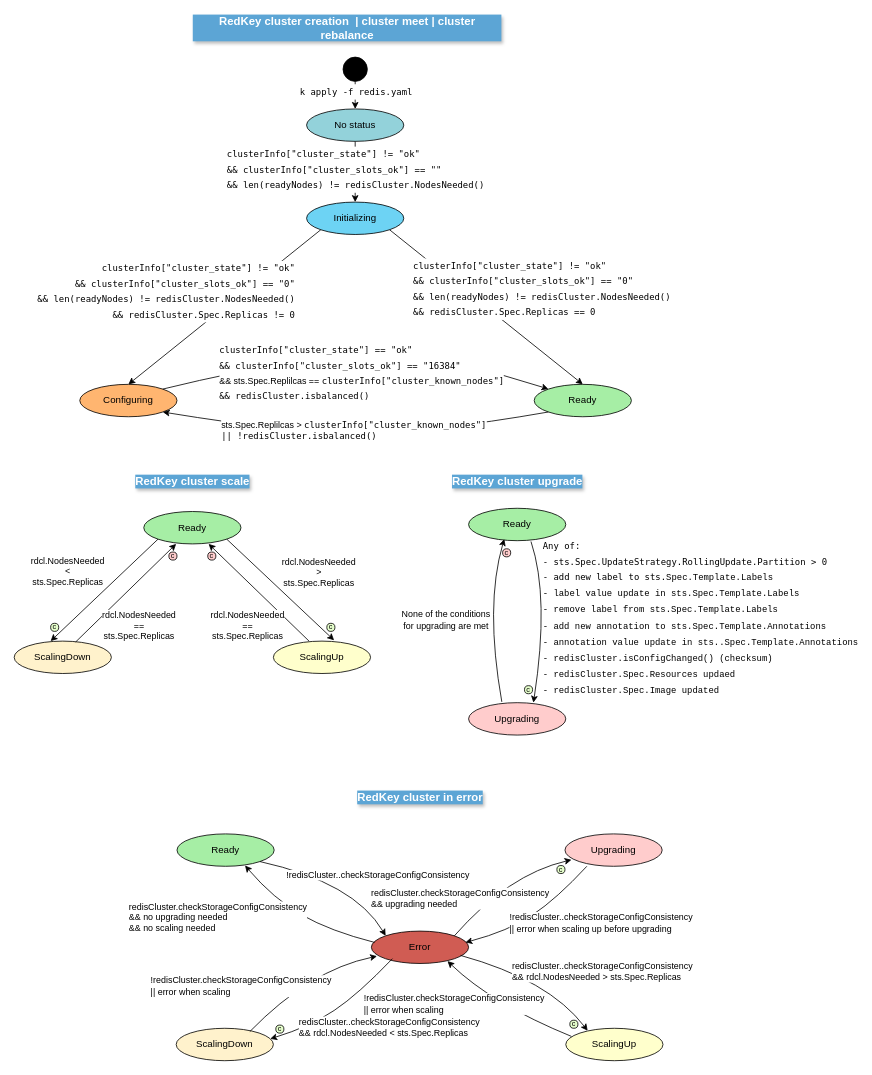
Earlier version of the draw.io diagram docs/files/redis-cluster-status-transitions.drawio (InditexTech/redkeyoperator). Source tidied: cells renumbered, new cells numbered last; positions are measured from the earlier drawing's top-left corner, leaving out a move shared by most shapes. Both pictures are drawn from the tidied source at 81%, with x=0, y=0 at pixel (14, 15).
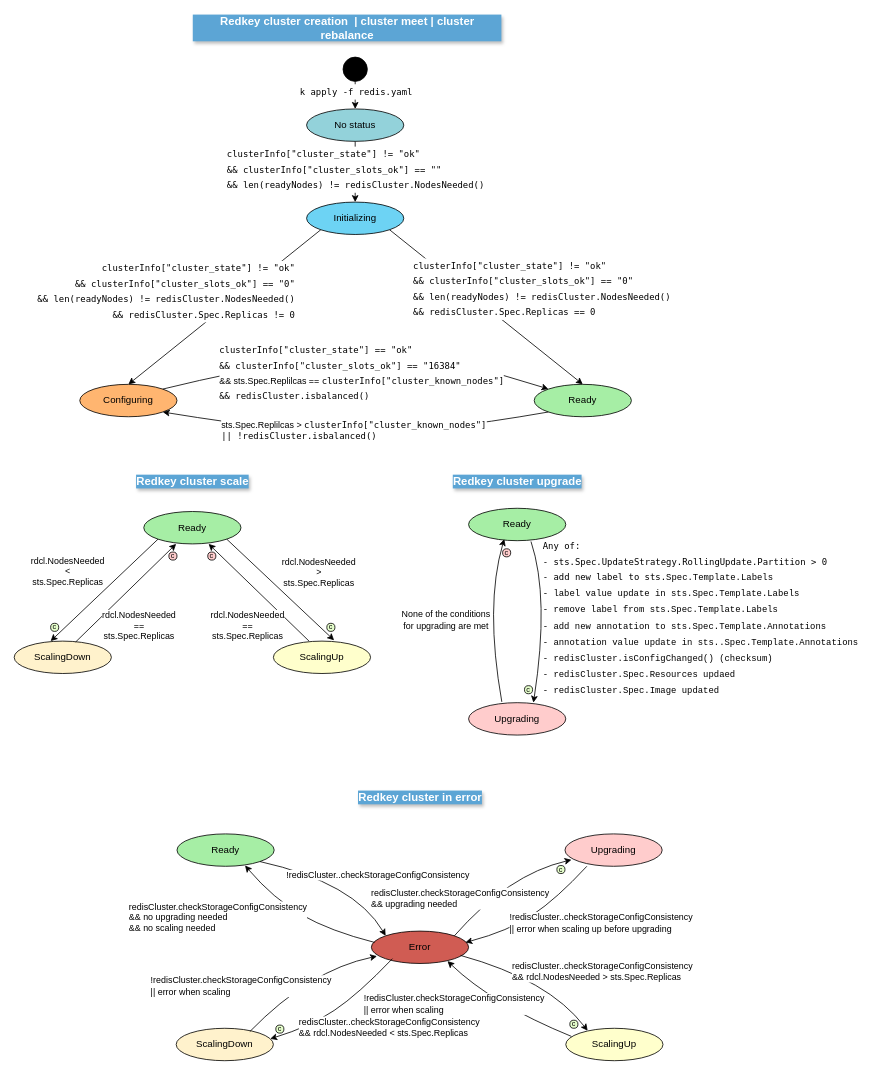
The same diagram, later.

What changed in the source:
```diff
@@
-    <mxCell id="67" value="RedKey cluster creation&amp;nbsp; | cluster meet | cluster rebalance" style="text;html=1;align=center;verticalAlign=middle;whiteSpace=wrap;rounded=0;fontStyle=1;labelBackgroundColor=#5CA5D5;fontColor=#FFFFFF;fontSize=14;spacingTop=0;spacing=2;textShadow=1;" parent="1" vertex="1">
+    <mxCell id="67" value="Redkey cluster creation&amp;nbsp; | cluster meet | cluster rebalance" style="text;html=1;align=center;verticalAlign=middle;whiteSpace=wrap;rounded=0;fontStyle=1;labelBackgroundColor=#5CA5D5;fontColor=#FFFFFF;fontSize=14;spacingTop=0;spacing=2;textShadow=1;" parent="1" vertex="1">
       <mxGeometry x="220" width="383" height="30" as="geometry" />
     </mxCell>
-    <mxCell id="68" value="RedKey cluster scale" style="text;html=1;align=center;verticalAlign=middle;whiteSpace=wrap;rounded=0;fontStyle=1;labelBackgroundColor=#5CA5D5;fontColor=#FFFFFF;fontSize=14;spacingTop=0;spacing=2;textShadow=1;" parent="1" vertex="1">
+    <mxCell id="68" value="Redkey cluster scale" style="text;html=1;align=center;verticalAlign=middle;whiteSpace=wrap;rounded=0;fontStyle=1;labelBackgroundColor=#5CA5D5;fontColor=#FFFFFF;fontSize=14;spacingTop=0;spacing=2;textShadow=1;" parent="1" vertex="1">
       <mxGeometry x="28.5" y="560" width="383" height="30" as="geometry" />
     </mxCell>
-    <mxCell id="69" value="RedKey cluster upgrade" style="text;html=1;align=center;verticalAlign=middle;whiteSpace=wrap;rounded=0;fontStyle=1;labelBackgroundColor=#5CA5D5;fontColor=#FFFFFF;fontSize=14;spacingTop=0;spacing=2;textShadow=1;" parent="1" vertex="1">
+    <mxCell id="69" value="Redkey cluster upgrade" style="text;html=1;align=center;verticalAlign=middle;whiteSpace=wrap;rounded=0;fontStyle=1;labelBackgroundColor=#5CA5D5;fontColor=#FFFFFF;fontSize=14;spacingTop=0;spacing=2;textShadow=1;" parent="1" vertex="1">
       <mxGeometry x="429.5" y="560" width="383" height="30" as="geometry" />
     </mxCell>
-    <mxCell id="70" value="RedKey cluster in error" style="text;html=1;align=center;verticalAlign=middle;whiteSpace=wrap;rounded=0;fontStyle=1;labelBackgroundColor=#5CA5D5;fontColor=#FFFFFF;fontSize=14;spacingTop=0;spacing=2;textShadow=1;" parent="1" vertex="1">
+    <mxCell id="70" value="Redkey cluster in error" style="text;html=1;align=center;verticalAlign=middle;whiteSpace=wrap;rounded=0;fontStyle=1;labelBackgroundColor=#5CA5D5;fontColor=#FFFFFF;fontSize=14;spacingTop=0;spacing=2;textShadow=1;" parent="1" vertex="1">
       <mxGeometry x="309.5" y="950" width="383" height="30" as="geometry" />
     </mxCell>
```
